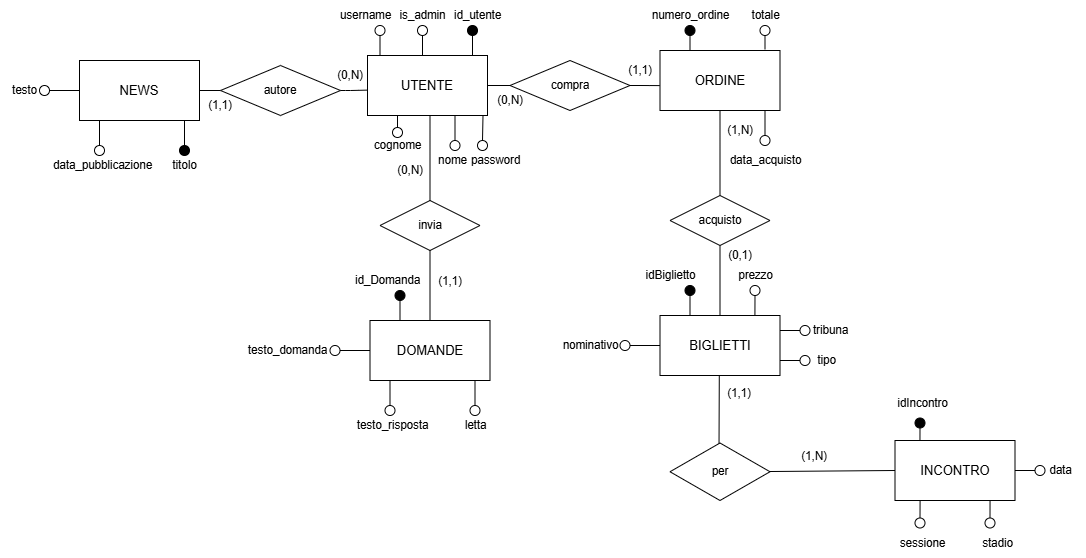
Above: database/schemaer.drawio.png in annamarinii/progetto-tecweb-2026 (draw.io), before the change. Source tidied: cells renumbered, new cells last; positions are measured from the earlier drawing's top-left corner, leaving out a move shared by most shapes.
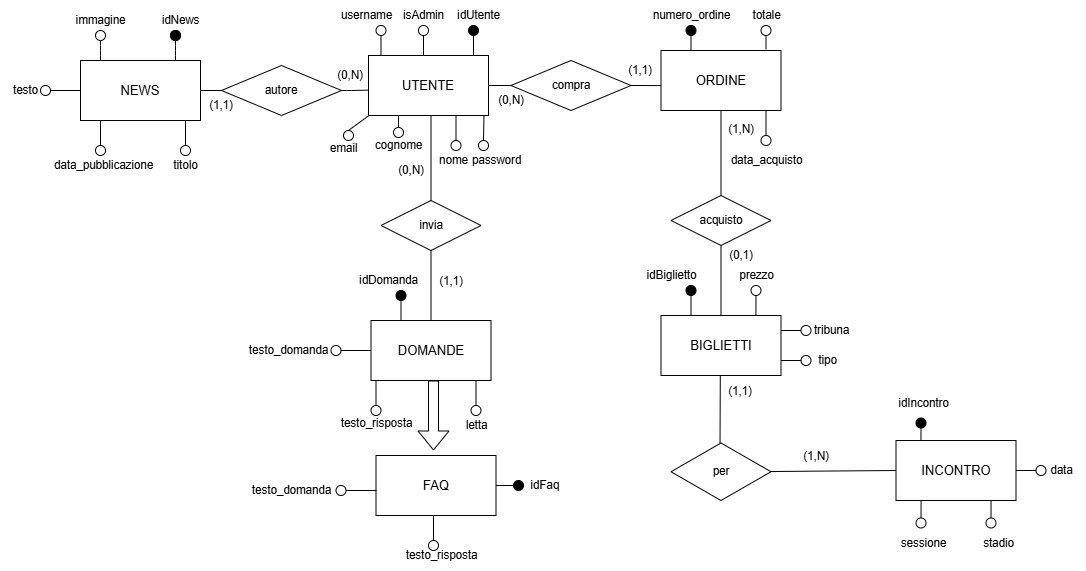
Later version of the same file.

Commit message:
Modificato schema ER

Diff of the diagram source:
```diff
@@ -98,7 +98,7 @@
     <mxCell id="31" style="ellipse;whiteSpace=wrap;html=1;fillColor=none;strokeColor=black;size=10;fontSize=11.5;" parent="1" vertex="1">
       <mxGeometry x="418" y="25" width="10" height="10" as="geometry" />
     </mxCell>
-    <mxCell id="32" value="is_admin" style="text;html=1;align=center;verticalAlign=middle;strokeColor=none;fillColor=none;fontSize=11.5;" parent="1" vertex="1">
+    <mxCell id="32" value="isAdmin" style="text;html=1;align=center;verticalAlign=middle;strokeColor=none;fillColor=none;fontSize=11.5;" parent="1" vertex="1">
       <mxGeometry x="388" width="70" height="30" as="geometry" />
     </mxCell>
     <mxCell id="33" style="endArrow=none;endFill=0;exitX=0.25;exitY=0;exitDx=0;exitDy=0;fontSize=11.5;" parent="1" edge="1" target="31">
@@ -120,7 +120,7 @@
     <mxCell id="37" style="ellipse;whiteSpace=wrap;html=1;fillColor=#000000;strokeColor=black;size=10;fontSize=11.5;" parent="1" vertex="1">
       <mxGeometry x="468" y="25" width="10" height="10" as="geometry" />
     </mxCell>
-    <mxCell id="38" value="id_utente" style="text;html=1;align=center;verticalAlign=middle;strokeColor=none;fillColor=none;fontSize=11.5;" parent="1" vertex="1">
+    <mxCell id="38" value="idUtente" style="text;html=1;align=center;verticalAlign=middle;strokeColor=none;fillColor=none;fontSize=11.5;" parent="1" vertex="1">
       <mxGeometry x="443" width="70" height="30" as="geometry" />
     </mxCell>
     <mxCell id="39" value="tribuna" style="text;html=1;align=center;verticalAlign=middle;strokeColor=none;fillColor=none;fontSize=11.5;" parent="1" vertex="1">
@@ -140,17 +140,6 @@
     <mxCell id="43" value="username" style="text;html=1;align=center;verticalAlign=middle;strokeColor=none;fillColor=none;fontSize=11.5;" parent="1" vertex="1">
       <mxGeometry x="325.5" width="80" height="30" as="geometry" />
     </mxCell>
-    <mxCell id="44" style="ellipse;whiteSpace=wrap;html=1;fillColor=none;strokeColor=black;size=10;fontSize=11.5;" parent="1" vertex="1">
-      <mxGeometry x="620.5" y="340" width="10" height="10" as="geometry" />
-    </mxCell>
-    <mxCell id="45" value="nominativo" style="text;html=1;align=center;verticalAlign=middle;strokeColor=none;fillColor=none;fontSize=11.5;" parent="1" vertex="1">
-      <mxGeometry x="550.5" y="330" width="80" height="30" as="geometry" />
-    </mxCell>
-    <mxCell id="46" style="endArrow=none;endFill=0;fontSize=11.5;exitX=0;exitY=0.5;exitDx=0;exitDy=0;" parent="1" edge="1" source="15">
-      <mxGeometry relative="1" as="geometry">
-        <mxPoint x="630.5" y="345" as="targetPoint" />
-      </mxGeometry>
-    </mxCell>
     <mxCell id="47" value="(1,1)" style="endArrow=none;endFill=0;whiteSpace=wrap;labelBackgroundColor=none;fontSize=11.5;" parent="1" edge="1">
       <mxGeometry x="-0.56" y="20" relative="1" as="geometry">
         <mxPoint x="719.8" y="375" as="sourcePoint" />
@@ -253,22 +242,22 @@
         <mxPoint x="340.5" y="350" as="targetPoint" />
       </mxGeometry>
     </mxCell>
-    <mxCell id="75" value="id_Domanda" style="text;html=1;align=center;verticalAlign=middle;strokeColor=none;fillColor=none;fontSize=11.5;" parent="1" vertex="1">
-      <mxGeometry x="343" y="265" width="90" height="30" as="geometry" />
+    <mxCell id="75" value="idDomanda" style="text;html=1;align=center;verticalAlign=middle;strokeColor=none;fillColor=none;fontSize=11.5;" parent="1" vertex="1">
+      <mxGeometry x="348" y="265" width="80" height="30" as="geometry" />
     </mxCell>
     <mxCell id="76" style="ellipse;whiteSpace=wrap;html=1;fillColor=none;strokeColor=black;size=10;fontSize=11.5;" parent="1" vertex="1">
       <mxGeometry x="330.5" y="345" width="10" height="10" as="geometry" />
     </mxCell>
     <mxCell id="77" style="ellipse;whiteSpace=wrap;html=1;fillColor=none;strokeColor=black;size=10;fontSize=11.5;" parent="1" vertex="1">
-      <mxGeometry x="385.5" y="405" width="10" height="10" as="geometry" />
+      <mxGeometry x="370.5" y="405" width="10" height="10" as="geometry" />
     </mxCell>
     <mxCell id="78" style="endArrow=none;endFill=0;exitX=0.875;exitY=1.005;exitDx=0;exitDy=0;exitPerimeter=0;fontSize=11.5;" parent="1" edge="1" target="77">
       <mxGeometry relative="1" as="geometry">
-        <mxPoint x="390.5" y="380" as="sourcePoint" />
+        <mxPoint x="375.5" y="380" as="sourcePoint" />
       </mxGeometry>
     </mxCell>
     <mxCell id="79" value="testo_risposta" style="text;html=1;align=center;verticalAlign=middle;strokeColor=none;fillColor=none;fontSize=11.5;" parent="1" vertex="1">
-      <mxGeometry x="343" y="410" width="100" height="30" as="geometry" />
+      <mxGeometry x="325.5" y="407.5" width="100" height="30" as="geometry" />
     </mxCell>
     <mxCell id="80" value="letta" style="text;html=1;align=center;verticalAlign=middle;strokeColor=none;fillColor=none;fontSize=11.5;" parent="1" vertex="1">
       <mxGeometry x="450.5" y="410" width="50" height="30" as="geometry" />
@@ -335,11 +324,97 @@
     <mxCell id="95" value="titolo" style="text;html=1;align=center;verticalAlign=middle;strokeColor=none;fillColor=none;fontSize=11.5;" parent="1" vertex="1">
       <mxGeometry x="160" y="150" width="50" height="30" as="geometry" />
     </mxCell>
-    <mxCell id="96" style="ellipse;whiteSpace=wrap;html=1;fillColor=#000000;strokeColor=black;size=10;fontSize=11.5;" parent="1" vertex="1">
-      <mxGeometry x="180" y="145" width="10" height="10" as="geometry" />
-    </mxCell>
     <mxCell id="97" value="testo" style="text;html=1;align=center;verticalAlign=middle;strokeColor=none;fillColor=none;fontSize=11.5;" parent="1" vertex="1">
       <mxGeometry y="75" width="50" height="30" as="geometry" />
     </mxCell>
+    <mxCell id="98" value="email&lt;div&gt;&lt;br&gt;&lt;/div&gt;" style="text;html=1;align=center;verticalAlign=middle;strokeColor=none;fillColor=none;fontSize=11.5;" parent="1" vertex="1">
+      <mxGeometry x="318" y="135" width="50" height="40" as="geometry" />
+    </mxCell>
+    <mxCell id="99" style="ellipse;whiteSpace=wrap;html=1;fillColor=none;strokeColor=black;size=10;fontSize=11.5;" parent="1" vertex="1">
+      <mxGeometry x="343" y="130" width="10" height="10" as="geometry" />
+    </mxCell>
+    <mxCell id="100" style="endArrow=none;endFill=0;exitX=-0.002;exitY=0.922;exitDx=0;exitDy=0;entryX=0.5;entryY=0;entryDx=0;entryDy=0;fontSize=11.5;exitPerimeter=0;" parent="1" edge="1" target="99">
+      <mxGeometry relative="1" as="geometry">
+        <mxPoint x="368" y="115.3" as="sourcePoint" />
+      </mxGeometry>
+    </mxCell>
+    <mxCell id="101" value="immagine" style="text;html=1;align=center;verticalAlign=middle;strokeColor=none;fillColor=none;fontSize=11.5;" parent="1" vertex="1">
+      <mxGeometry x="60" y="5" width="80" height="30" as="geometry" />
+    </mxCell>
+    <mxCell id="102" style="ellipse;whiteSpace=wrap;html=1;fillColor=none;strokeColor=black;size=10;fontSize=11.5;" parent="1" vertex="1">
+      <mxGeometry x="95" y="30" width="10" height="10" as="geometry" />
+    </mxCell>
+    <mxCell id="103" style="endArrow=none;endFill=0;exitX=0.25;exitY=0;exitDx=0;exitDy=0;fontSize=11.5;" parent="1" edge="1" target="102">
+      <mxGeometry relative="1" as="geometry">
+        <mxPoint x="100" y="60" as="sourcePoint" />
+        <Array as="points">
+          <mxPoint x="100" y="50" />
+        </Array>
+      </mxGeometry>
+    </mxCell>
+    <mxCell id="104" style="shape=flexArrow;endArrow=classic;html=1;rounded=0;" parent="1" edge="1">
+      <mxGeometry relative="1" as="geometry">
+        <mxPoint x="433" y="380" as="sourcePoint" />
+        <mxPoint x="433" y="450" as="targetPoint" />
+      </mxGeometry>
+    </mxCell>
+    <mxCell id="105" value="&lt;p&gt;FAQ&lt;/p&gt;" style="shape=rectangle;whiteSpace=wrap;html=1;fontSize=13;" parent="1" vertex="1">
+      <mxGeometry x="375.5" y="455" width="120" height="60" as="geometry" />
+    </mxCell>
+    <mxCell id="106" style="endArrow=none;endFill=0;fontSize=11.5;exitX=0;exitY=0.5;exitDx=0;exitDy=0;" parent="1" edge="1">
+      <mxGeometry relative="1" as="geometry">
+        <mxPoint x="376" y="490" as="sourcePoint" />
+        <mxPoint x="345.5" y="490" as="targetPoint" />
+      </mxGeometry>
+    </mxCell>
+    <mxCell id="107" style="ellipse;whiteSpace=wrap;html=1;fillColor=none;strokeColor=black;size=10;fontSize=11.5;" parent="1" vertex="1">
+      <mxGeometry x="335.5" y="485" width="10" height="10" as="geometry" />
+    </mxCell>
+    <mxCell id="108" style="ellipse;whiteSpace=wrap;html=1;fillColor=none;strokeColor=black;size=10;fontSize=11.5;" parent="1" vertex="1">
+      <mxGeometry x="428" y="540" width="10" height="10" as="geometry" />
+    </mxCell>
+    <mxCell id="109" style="endArrow=none;endFill=0;exitX=0.875;exitY=1.005;exitDx=0;exitDy=0;exitPerimeter=0;fontSize=11.5;" parent="1" edge="1" target="108">
+      <mxGeometry relative="1" as="geometry">
+        <mxPoint x="433" y="515" as="sourcePoint" />
+      </mxGeometry>
+    </mxCell>
+    <mxCell id="110" value="testo_risposta" style="text;html=1;align=center;verticalAlign=middle;strokeColor=none;fillColor=none;fontSize=11.5;" parent="1" vertex="1">
+      <mxGeometry x="390.5" y="540" width="100" height="30" as="geometry" />
+    </mxCell>
+    <mxCell id="111" value="testo_domanda" style="text;html=1;align=center;verticalAlign=middle;strokeColor=none;fillColor=none;fontSize=11.5;" parent="1" vertex="1">
+      <mxGeometry x="235.5" y="475" width="110" height="30" as="geometry" />
+    </mxCell>
+    <mxCell id="112" value="&amp;nbsp; idFaq" style="text;html=1;align=center;verticalAlign=middle;strokeColor=none;fillColor=none;fontSize=11.5;" parent="1" vertex="1">
+      <mxGeometry x="510.5" y="470" width="60" height="30" as="geometry" />
+    </mxCell>
+    <mxCell id="113" style="endArrow=none;endFill=0;exitX=1;exitY=0.75;exitDx=0;exitDy=0;fontSize=11.5;" parent="1" edge="1">
+      <mxGeometry relative="1" as="geometry">
+        <mxPoint x="495.5" y="485" as="sourcePoint" />
+        <mxPoint x="516" y="485" as="targetPoint" />
+      </mxGeometry>
+    </mxCell>
+    <mxCell id="114" style="ellipse;whiteSpace=wrap;html=1;fillColor=#000000;strokeColor=black;size=10;fontSize=11.5;" parent="1" vertex="1">
+      <mxGeometry x="513" y="480" width="10" height="10" as="geometry" />
+    </mxCell>
+    <mxCell id="115" style="ellipse;whiteSpace=wrap;html=1;fillColor=none;strokeColor=black;size=10;fontSize=11.5;" parent="1" vertex="1">
+      <mxGeometry x="170" y="30" width="10" height="10" as="geometry" />
+    </mxCell>
+    <mxCell id="116" style="endArrow=none;endFill=0;exitX=0.25;exitY=0;exitDx=0;exitDy=0;fontSize=11.5;" parent="1" edge="1" target="115">
+      <mxGeometry relative="1" as="geometry">
+        <mxPoint x="175" y="60" as="sourcePoint" />
+        <Array as="points">
+          <mxPoint x="175" y="50" />
+        </Array>
+      </mxGeometry>
+    </mxCell>
+    <mxCell id="117" value="idNews" style="text;html=1;align=center;verticalAlign=middle;strokeColor=none;fillColor=none;fontSize=11.5;" parent="1" vertex="1">
+      <mxGeometry x="150" y="5" width="60" height="30" as="geometry" />
+    </mxCell>
+    <mxCell id="118" style="ellipse;whiteSpace=wrap;html=1;fillColor=#000000;strokeColor=black;size=10;fontSize=11.5;" parent="1" vertex="1">
+      <mxGeometry x="170" y="30" width="10" height="10" as="geometry" />
+    </mxCell>
+    <mxCell id="119" style="ellipse;whiteSpace=wrap;html=1;fillColor=none;strokeColor=black;size=10;fontSize=11.5;" parent="1" vertex="1">
+      <mxGeometry x="180" y="145" width="10" height="10" as="geometry" />
+    </mxCell>
   </root>
 </mxGraphModel>
```
